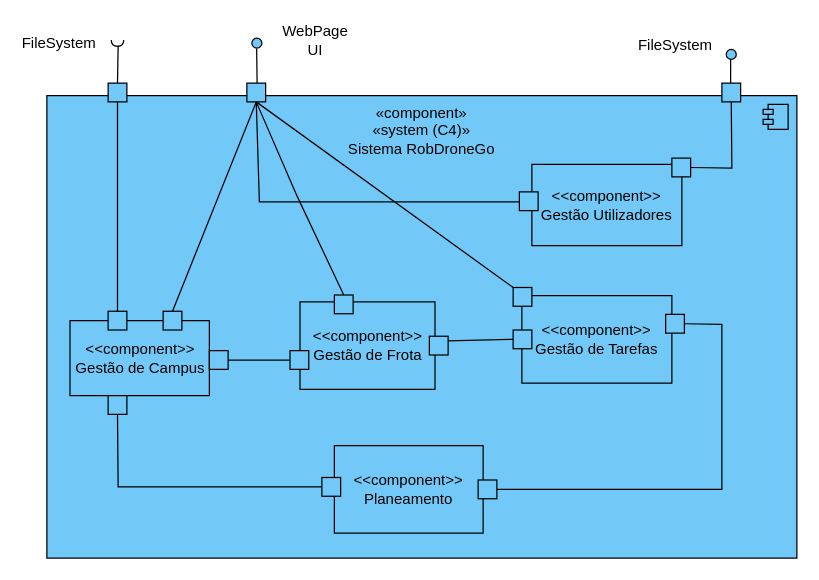
SEM5PI2324G58/sem5pi_g58_23_24 keeps this draw.io diagram as docs/Sprint_C/N2/VL.drawio. Above is the earlier version. Source tidied: cells renumbered, new cells numbered last; positions are measured from the earlier drawing's top-left corner, leaving out a move shared by most shapes. Both pictures are drawn from the tidied source at 125%, with x=0, y=0 at pixel (21, 21).
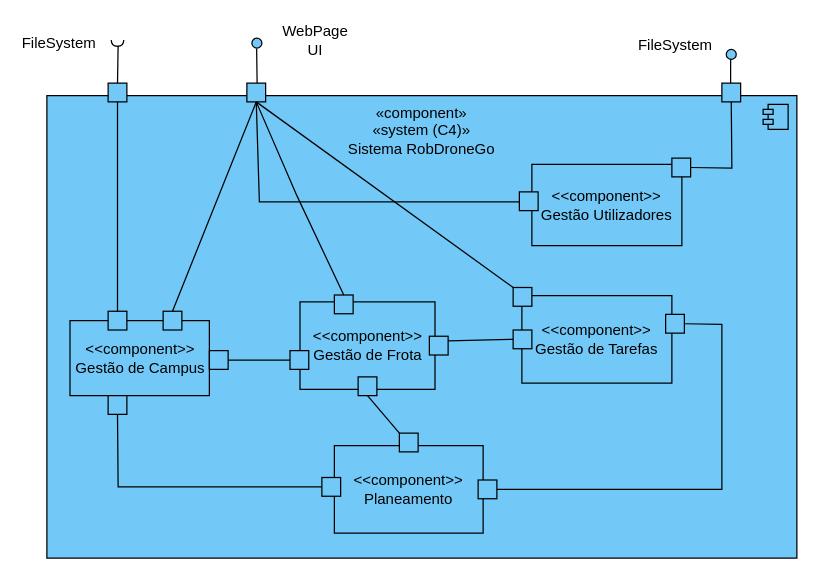
The same diagram, later.

Commit message (it also covers changes not shown here):
[Vista Lógica][Design] - adição da ligação entre o planeamento e a gestão de frota

Change to the diagram source:
```diff
@@
+    <mxCell id="46" style="endArrow=none;html=1;rounded=0;exitX=0;exitY=0;exitDx=0;exitDy=0;entryX=0.5;entryY=1;entryDx=0;entryDy=0;" parent="1" edge="1" source="48" target="47">
+      <mxGeometry relative="1" as="geometry" />
+    </mxCell>
+    <mxCell id="47" style="html=1;rounded=0;fillColor=#72C9F7;" parent="1" vertex="1">
+      <mxGeometry x="269" y="284" width="15" height="15" as="geometry" />
+    </mxCell>
+    <mxCell id="48" style="html=1;rounded=0;fillColor=#72C9F7;" parent="1" vertex="1">
+      <mxGeometry x="302" y="329" width="15" height="15" as="geometry" />
+    </mxCell>
```
